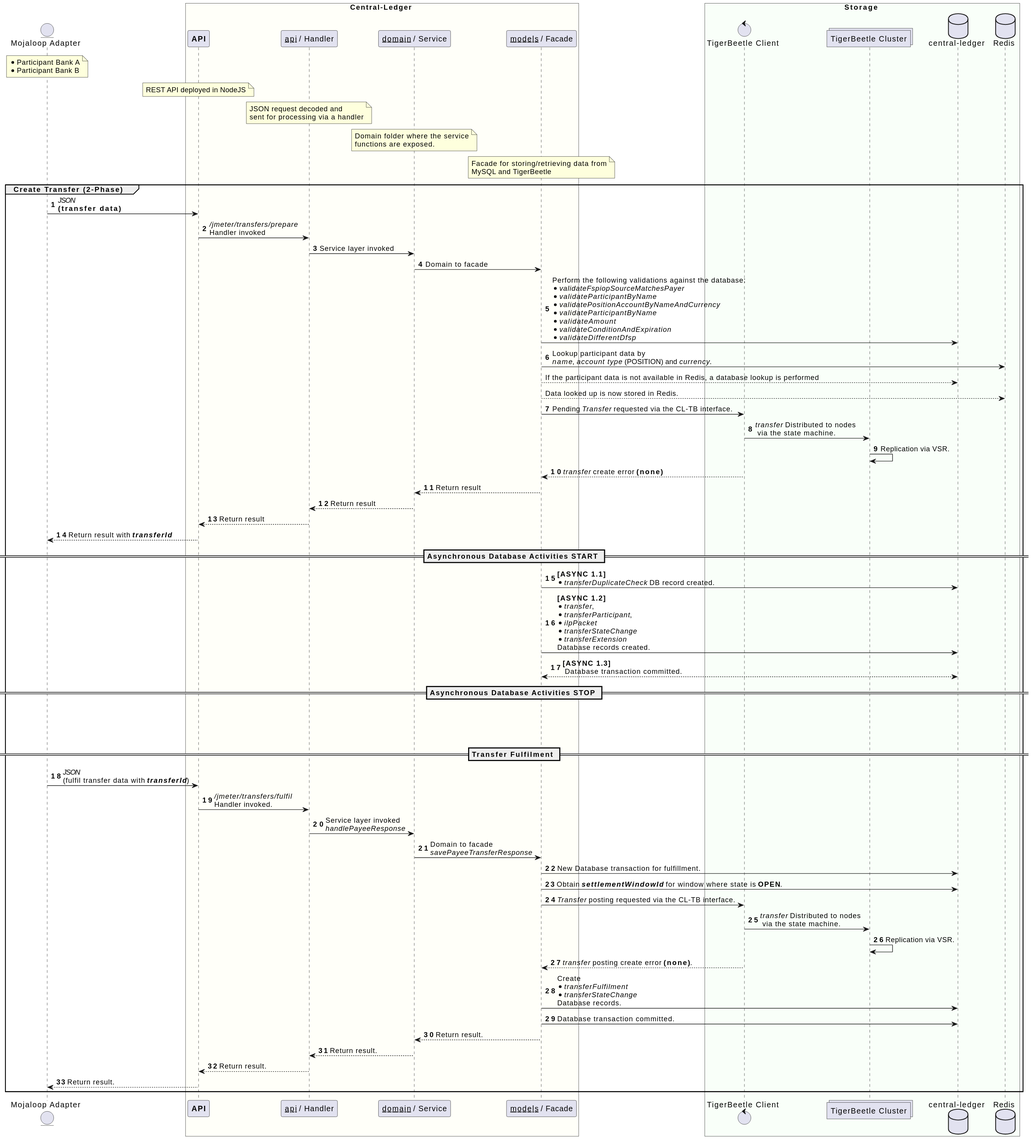
Before: solution_design/sequence-transfer-tb-enabled-create.svg, a diagram exported from PlantUML (coilhq/mucoa).
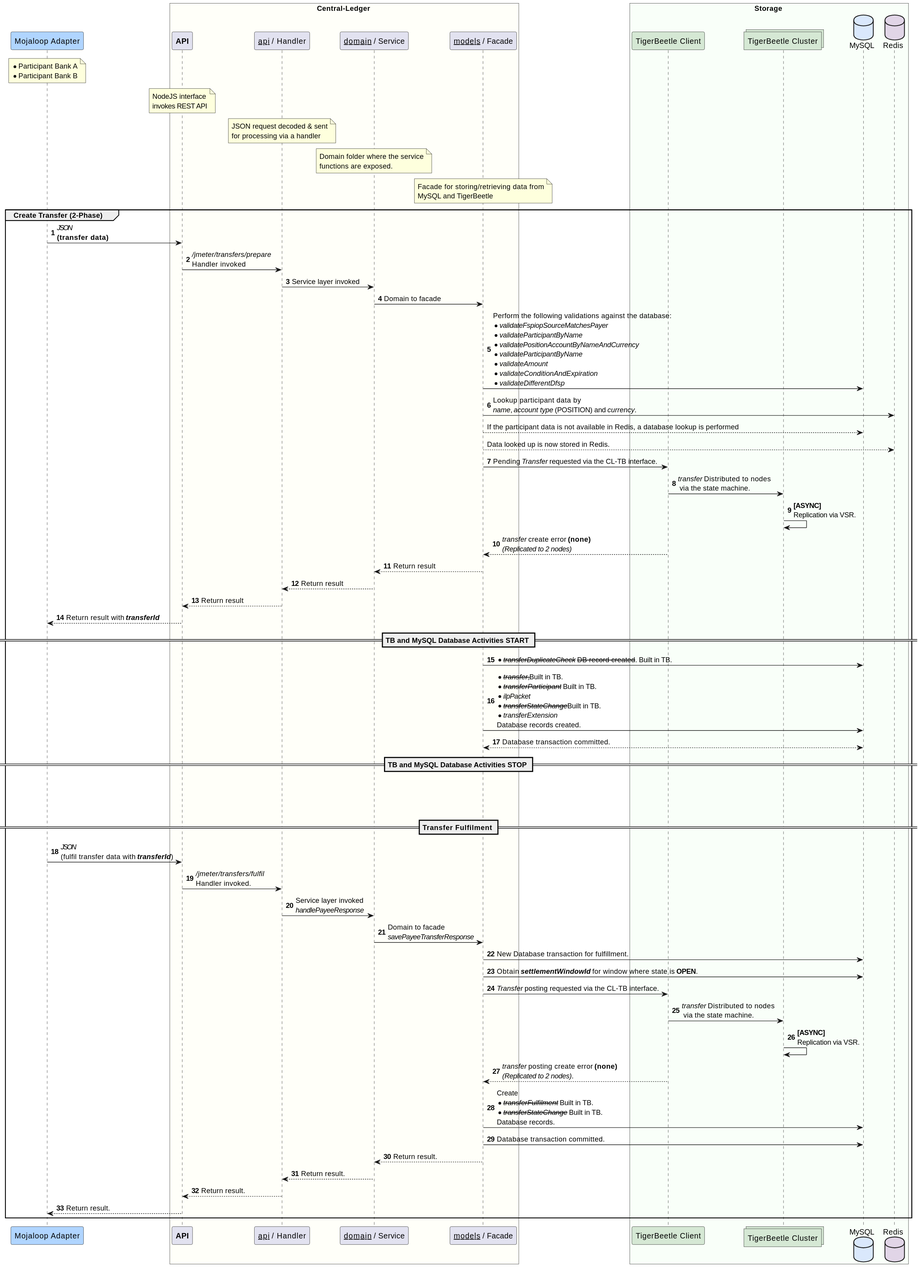
Above is the later version.

Diff of the diagram source:
```diff
@@ -1,5 +1,6 @@
 @startuml
-entity "Mojaloop Adapter" as dfsp
+
+participant "Mojaloop Adapter" as dfsp #B0D5FF
 note over dfsp
     * Participant Bank A
     * Participant Bank B
@@ -11,13 +12,14 @@
     participant "__domain__ / Service" as cl_domain
     participant "__models__ / Facade" as cl_facade
 
-    note over cl_api
-        REST API deployed in NodeJS
+note over cl_api
+        NodeJS interface
+        invokes REST API
     end note
 
     note over cl_handler
-        JSON request decoded and
-        sent for processing via a handler
+        JSON request decoded & sent
+        for processing via a handler
     end note
 
     note over cl_domain
@@ -32,10 +34,10 @@
 end box
 
 box Storage #F9FFF9
-	control "TigerBeetle Client" as tb_client
-	collections "TigerBeetle Cluster" as tb_nodes
-	database "central-ledger" as cl_db
-	database "Redis" as redis_cache
+	participant "TigerBeetle Client" as tb_client #D5E8D4
+	collections "TigerBeetle Cluster" as tb_nodes #D5E8D4
+	database "MySQL" as cl_db #DAE8FC
+	database "Redis" as redis_cache #E1D5E7
 end box
 
 autonumber
@@ -52,17 +54,17 @@
     autonumber resume
     cl_facade -> tb_client : Pending //Transfer// requested via the CL-TB interface.
     tb_client -> tb_nodes : //transfer// Distributed to nodes\n via the state machine.
-    tb_nodes -> tb_nodes : Replication via VSR.
-    tb_client --> cl_facade : //transfer// create error **(none)**
+    tb_nodes -> tb_nodes : **[ASYNC]**\nReplication via VSR.
+    tb_client --> cl_facade : //transfer// create error **(none)**\n//(Replicated to 2 nodes)//
     cl_facade --> cl_domain : Return result
     cl_domain --> cl_handler : Return result
     cl_handler --> cl_api : Return result
     cl_api --> dfsp : Return result with //**transferId**//
-    == Asynchronous Database Activities START ==
-    cl_facade -> cl_db : **[ASYNC 1.1]**\n*//transferDuplicateCheck// DB record created.
-    cl_facade -> cl_db : **[ASYNC 1.2]**\n*//transfer//, \n*//transferParticipant//, \n*//ilpPacket// \n*//transferStateChange// \n*//transferExtension//\nDatabase records created.
-    cl_db <--> cl_facade : **[ASYNC 1.3]**\n Database transaction committed.
-    == Asynchronous Database Activities STOP ==
+    == TB and MySQL Database Activities START ==
+    cl_facade -> cl_db : *--//transferDuplicateCheck//----DB record created--. Built in TB.
+    cl_facade -> cl_db : *--//transfer//,--Built in TB. \n*--//transferParticipant//-- Built in TB. \n*//ilpPacket// \n*--//transferStateChange//--Built in TB. \n*//transferExtension//\nDatabase records created.
+    cl_db <--> cl_facade : Database transaction committed.
+    == TB and MySQL Database Activities STOP ==
 
 ||70||
 
@@ -75,13 +77,14 @@
     cl_facade -> cl_db : Obtain //**settlementWindowId**// for window where state is **OPEN**.
     cl_facade -> tb_client : //Transfer// posting requested via the CL-TB interface.
     tb_client -> tb_nodes : //transfer// Distributed to nodes\n via the state machine.
-    tb_nodes -> tb_nodes : Replication via VSR.
-    tb_client --> cl_facade : //transfer// posting create error **(none)**.
-    cl_facade -> cl_db : Create \n*//transferFulfilment// \n*//transferStateChange// \nDatabase records.
+    tb_nodes -> tb_nodes : **[ASYNC]**\nReplication via VSR.
+    tb_client --> cl_facade : //transfer// posting create error **(none)**\n//(Replicated to 2 nodes)//.
+    cl_facade -> cl_db : Create \n*--//transferFulfilment//-- Built in TB. \n*--//transferStateChange//-- Built in TB. \nDatabase records.
     cl_facade -> cl_db : Database transaction committed.
     cl_facade --> cl_domain : Return result.
     cl_domain --> cl_handler : Return result.
     cl_handler --> cl_api : Return result.
     cl_api --> dfsp : Return result.
 end
+
 @enduml
```
